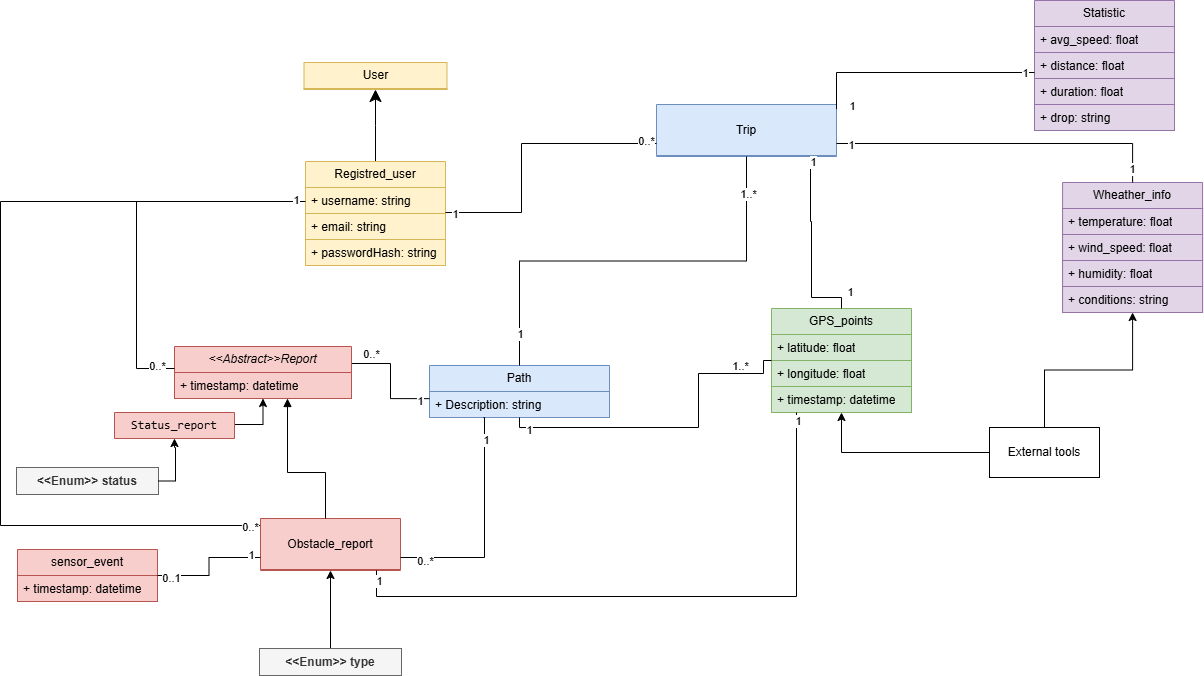
jacopobellosi/Bellosi-Montanelli-Tempobono keeps this draw.io diagram as RASD/LaTeXCode/images/UML_Class_Diagram.png. Above is the earlier version. Source tidied: cells renumbered, new cells last; positions are measured from the earlier drawing's top-left corner, leaving out a move shared by most shapes.
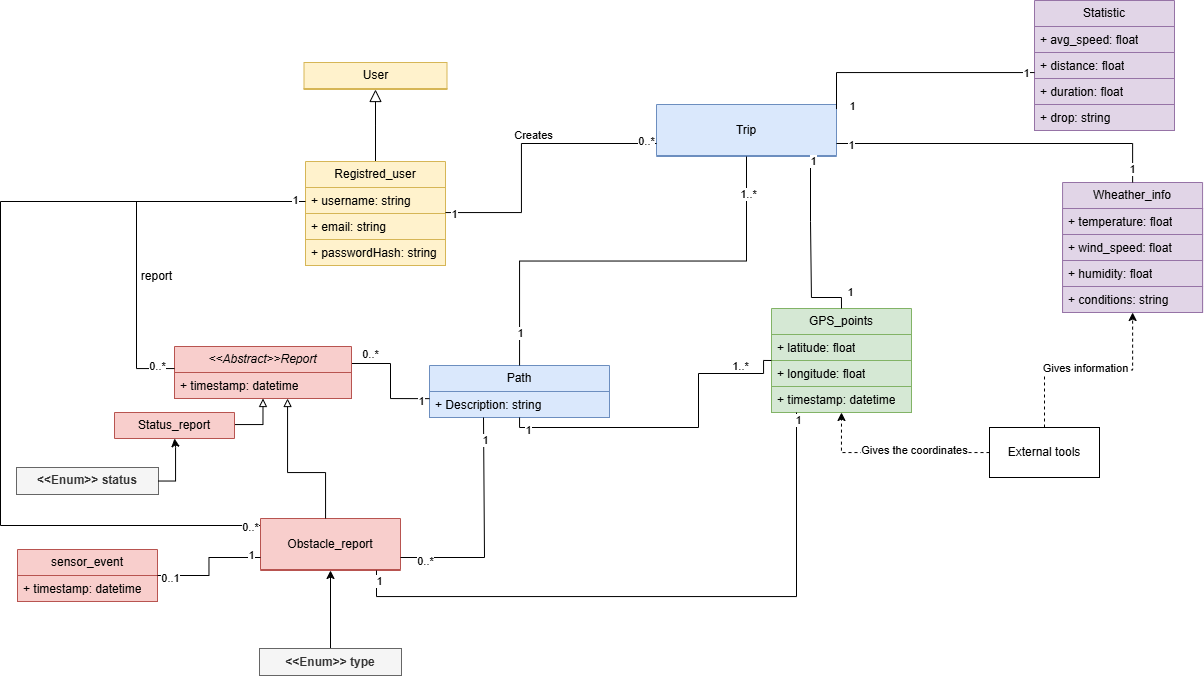
The same diagram one commit later.

What changed in the source:
```diff
@@ -2,7 +2,7 @@
   <root>
     <mxCell id="0" />
     <mxCell id="1" parent="0" />
-    <mxCell id="2" style="endArrow=none;endSize=10;endFill=0;shadow=0;strokeWidth=1;rounded=0;curved=0;edgeStyle=elbowEdgeStyle;elbow=vertical;entryX=0.5;entryY=0;entryDx=0;entryDy=0;exitX=0.5;exitY=1;exitDx=0;exitDy=0;startArrow=classic;startFill=1;startSize=10;" parent="1" edge="1" source="3" target="4">
+    <mxCell id="2" style="endArrow=none;endSize=10;endFill=0;shadow=0;strokeWidth=1;rounded=0;curved=0;edgeStyle=elbowEdgeStyle;elbow=vertical;entryX=0.5;entryY=0;entryDx=0;entryDy=0;exitX=0.5;exitY=1;exitDx=0;exitDy=0;startArrow=block;startFill=0;startSize=10;" parent="1" edge="1" source="3" target="4">
       <mxGeometry relative="1" as="geometry" />
     </mxCell>
     <mxCell id="3" value="User" style="swimlane;fontStyle=0;horizontal=1;startSize=26;fillColor=#fff2cc;whiteSpace=wrap;html=1;strokeColor=#d6b656;" parent="1" vertex="1">
@@ -116,6 +116,11 @@
     <mxCell id="32" value="1" style="edgeLabel;html=1;align=center;verticalAlign=middle;" parent="30" vertex="1">
       <mxGeometry x="-0.94" y="-1" relative="1" as="geometry" />
     </mxCell>
+    <mxCell id="76" value="Creates" style="edgeLabel;html=1;align=center;verticalAlign=middle;" parent="30" vertex="1">
+      <mxGeometry x="0.12" relative="1" as="geometry">
+        <mxPoint x="-1" y="-9" as="offset" />
+      </mxGeometry>
+    </mxCell>
     <mxCell id="33" value="Statistic" style="swimlane;fontStyle=0;horizontal=1;startSize=26;fillColor=#e1d5e7;whiteSpace=wrap;html=1;strokeColor=#9673a6;" parent="1" vertex="1">
       <mxGeometry x="1034" width="140" height="130" as="geometry" />
     </mxCell>
@@ -256,12 +261,18 @@
     <mxCell id="65" value="1" style="edgeLabel;html=1;align=center;verticalAlign=middle;" parent="63" vertex="1">
       <mxGeometry x="0.97" y="-1" relative="1" as="geometry" />
     </mxCell>
-    <mxCell id="66" style="edgeStyle=orthogonalEdgeStyle;rounded=0;jettySize=auto;html=1;" parent="1" edge="1" source="68" target="25">
+    <mxCell id="66" style="edgeStyle=orthogonalEdgeStyle;rounded=0;jettySize=auto;html=1;dashed=1;" parent="1" edge="1" source="68" target="25">
       <mxGeometry relative="1" as="geometry" />
     </mxCell>
+    <mxCell id="77" value="Gives information" style="edgeLabel;html=1;align=center;verticalAlign=middle;" parent="66" vertex="1">
+      <mxGeometry x="-0.04" y="2" relative="1" as="geometry" />
+    </mxCell>
-    <mxCell id="67" style="edgeStyle=orthogonalEdgeStyle;rounded=0;jettySize=auto;html=1;entryX=0.5;entryY=1;entryDx=0;entryDy=0;" parent="1" edge="1" source="68" target="14">
+    <mxCell id="67" style="edgeStyle=orthogonalEdgeStyle;rounded=0;jettySize=auto;html=1;entryX=0.5;entryY=1;entryDx=0;entryDy=0;dashed=1;" parent="1" edge="1" source="68" target="14">
       <mxGeometry relative="1" as="geometry" />
     </mxCell>
+    <mxCell id="78" value="Gives the coordinates" style="edgeLabel;html=1;align=center;verticalAlign=middle;" parent="67" vertex="1">
+      <mxGeometry x="-0.2" y="-3" relative="1" as="geometry" />
+    </mxCell>
     <mxCell id="68" value="External tools" style="html=1;whiteSpace=wrap;" parent="1" vertex="1">
       <mxGeometry x="989" y="427" width="110" height="50" as="geometry" />
     </mxCell>
@@ -279,7 +290,7 @@
     <mxCell id="71" value="1" style="edgeLabel;html=1;align=center;verticalAlign=middle;" parent="69" vertex="1">
       <mxGeometry x="-0.8" y="1" relative="1" as="geometry" />
     </mxCell>
-    <mxCell id="72" style="edgeStyle=orthogonalEdgeStyle;rounded=0;jettySize=auto;html=1;endArrow=block;endFill=1;" parent="1" edge="1" source="22" target="19">
+    <mxCell id="72" style="edgeStyle=orthogonalEdgeStyle;rounded=0;jettySize=auto;html=1;endArrow=block;endFill=0;" parent="1" edge="1" source="22" target="19">
       <mxGeometry relative="1" as="geometry">
         <Array as="points">
           <mxPoint x="325" y="472" />
@@ -287,14 +298,14 @@
         </Array>
       </mxGeometry>
     </mxCell>
-    <mxCell id="73" style="edgeStyle=orthogonalEdgeStyle;rounded=0;jettySize=auto;html=1;entryX=0.5;entryY=1;entryDx=0;entryDy=0;" parent="1" edge="1" source="74" target="18">
+    <mxCell id="73" style="edgeStyle=orthogonalEdgeStyle;rounded=0;jettySize=auto;html=1;entryX=0.5;entryY=1;entryDx=0;entryDy=0;endArrow=block;endFill=0;" parent="1" edge="1" source="74" target="18">
       <mxGeometry relative="1" as="geometry">
         <Array as="points">
           <mxPoint x="263" y="424" />
         </Array>
       </mxGeometry>
     </mxCell>
-    <mxCell id="74" value="&lt;code style=&quot;&quot;&gt;Status_report&lt;/code&gt;" style="swimlane;fontStyle=0;horizontal=1;startSize=26;fillColor=#f8cecc;whiteSpace=wrap;html=1;strokeColor=#b85450;" parent="1" vertex="1">
+    <mxCell id="74" value="&lt;code style=&quot;&quot;&gt;&lt;font face=&quot;Helvetica&quot;&gt;Status_report&lt;/font&gt;&lt;/code&gt;" style="swimlane;fontStyle=0;horizontal=1;startSize=26;fillColor=#f8cecc;whiteSpace=wrap;html=1;strokeColor=#b85450;" parent="1" vertex="1">
       <mxGeometry x="114" y="412" width="120" height="26" as="geometry" />
     </mxCell>
     <mxCell id="75" style="edgeStyle=orthogonalEdgeStyle;rounded=0;jettySize=auto;html=1;entryX=0.5;entryY=1;entryDx=0;entryDy=0;" parent="1" edge="1" source="53" target="74">
@@ -306,5 +317,8 @@
         </Array>
       </mxGeometry>
     </mxCell>
+    <mxCell id="79" value="report" style="text;html=1;whiteSpace=wrap;strokeColor=none;fillColor=none;align=center;verticalAlign=middle;rounded=0;" parent="1" vertex="1">
+      <mxGeometry x="134" y="265" width="45" height="22" as="geometry" />
+    </mxCell>
   </root>
 </mxGraphModel>
```
